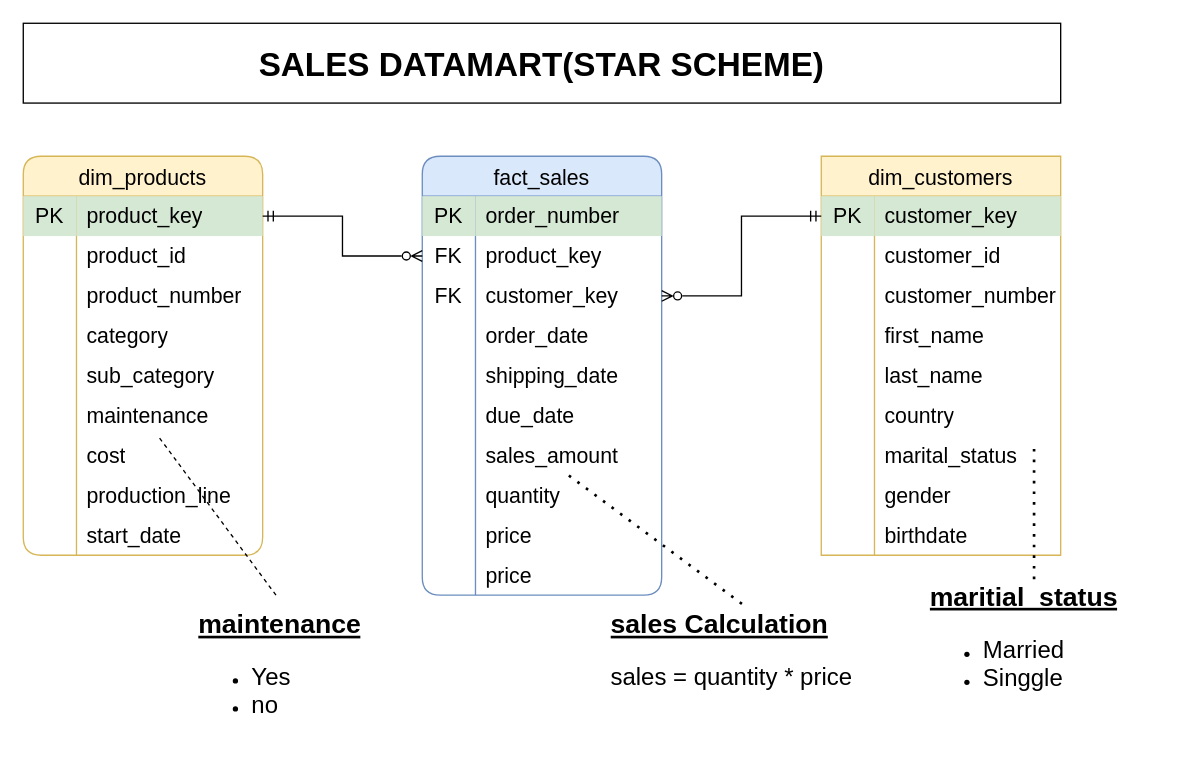
Earlier version of the draw.io diagram documents/Data model.drawio (girisuryamawandi/dwh_sql_server_project). Source tidied: cells renumbered, new cells numbered last; positions are measured from the earlier drawing's top-left corner, leaving out a move shared by most shapes. Both pictures are drawn from the tidied source at 133%, with x=0, y=0 at pixel (23, 23).
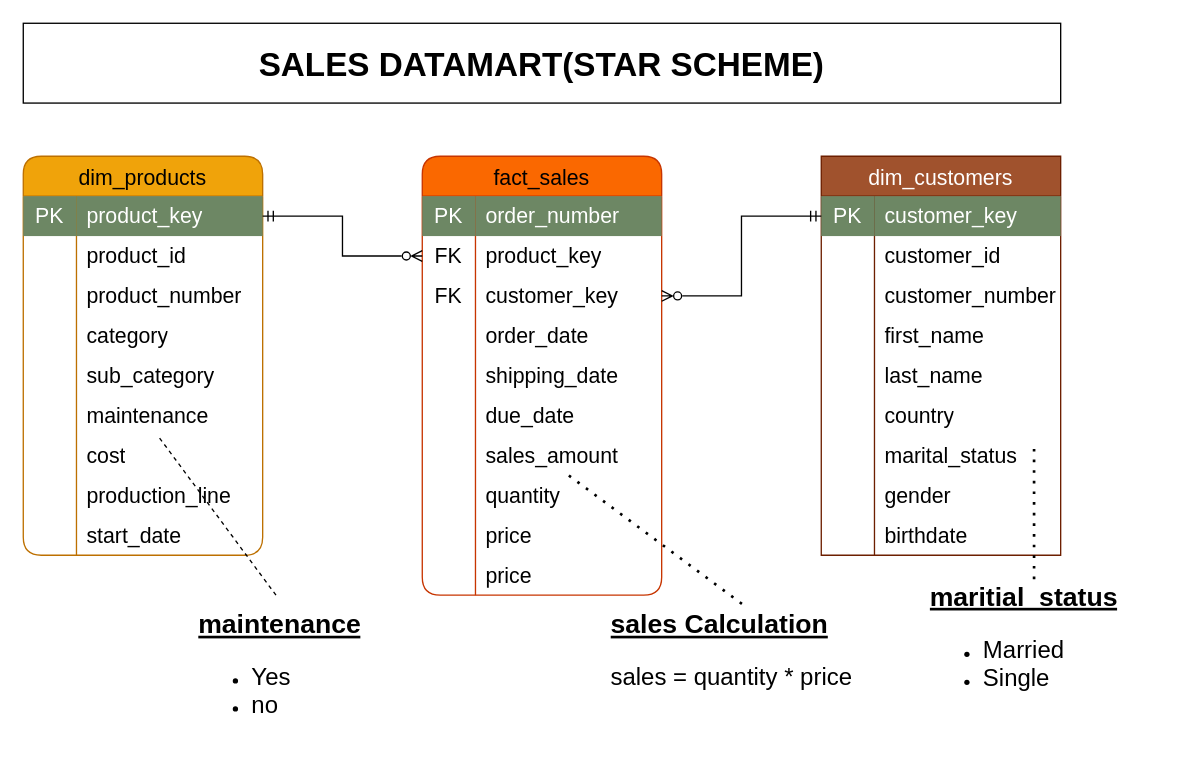
The same page after the edit.

Unchanged cells that the change refers to:
```xml
<mxCell id="3" style="shape=tableRow;horizontal=0;startSize=0;swimlaneHead=0;swimlaneBody=0;top=0;left=0;bottom=0;right=0;fillColor=none;points=[[0,0.5],[1,0.5]];portConstraint=eastwest;strokeColor=inherit;fontSize=16;" parent="2" vertex="1">
  <mxGeometry y="30" width="180" height="30" as="geometry" />
</mxCell>
<mxCell id="31" style="shape=tableRow;horizontal=0;startSize=0;swimlaneHead=0;swimlaneBody=0;top=0;left=0;bottom=0;right=0;fillColor=none;points=[[0,0.5],[1,0.5]];portConstraint=eastwest;strokeColor=inherit;fontSize=16;rounded=1;" parent="30" vertex="1">
  <mxGeometry y="30" width="180" height="30" as="geometry" />
</mxCell>
<mxCell id="59" style="shape=tableRow;horizontal=0;startSize=0;swimlaneHead=0;swimlaneBody=0;top=0;left=0;bottom=0;right=0;fillColor=none;strokeColor=inherit;fontSize=16;" parent="58" vertex="1">
  <mxGeometry y="30" width="180" height="30" as="geometry" />
</mxCell>
```

The edit, as a diff of the source:
```diff
@@
-    <mxCell id="2" value="dim_products" style="shape=table;startSize=30;childLayout=tableLayout;rowLines=0;fontStyle=0;strokeColor=#d6b656;fontSize=16;fillColor=#fff2cc;swimlaneLine=1;rounded=1;" parent="1" vertex="1">
+    <mxCell id="2" value="dim_products" style="shape=table;startSize=30;childLayout=tableLayout;rowLines=0;fontStyle=0;fontSize=16;swimlaneLine=1;rounded=1;fillColor=#f0a30a;fontColor=#000000;strokeColor=#BD7000;" parent="1" vertex="1">
       <mxGeometry y="100" width="180" height="300" as="geometry" />
     </mxCell>
@@
-    <mxCell id="4" value="PK" style="shape=partialRectangle;html=1;whiteSpace=wrap;fillColor=#d5e8d4;top=0;left=0;bottom=0;right=0;overflow=hidden;strokeColor=#82b366;fontSize=16;" parent="3" vertex="1">
+    <mxCell id="4" value="PK" style="shape=partialRectangle;html=1;whiteSpace=wrap;fillColor=#6d8764;top=0;left=0;bottom=0;right=0;overflow=hidden;strokeColor=#3A5431;fontSize=16;fontColor=#ffffff;" parent="3" vertex="1">
       <mxGeometry width="40" height="30" as="geometry" />
     </mxCell>
-    <mxCell id="5" value="product_key" style="shape=partialRectangle;html=1;whiteSpace=wrap;fillColor=#d5e8d4;top=0;left=0;bottom=0;right=0;align=left;spacingLeft=6;overflow=hidden;strokeColor=#82b366;fontSize=16;" parent="3" vertex="1">
+    <mxCell id="5" value="product_key" style="shape=partialRectangle;html=1;whiteSpace=wrap;fillColor=#6d8764;top=0;left=0;bottom=0;right=0;align=left;spacingLeft=6;overflow=hidden;strokeColor=#3A5431;fontSize=16;fontColor=#ffffff;" parent="3" vertex="1">
       <mxGeometry x="40" width="140" height="30" as="geometry" />
     </mxCell>
@@
-    <mxCell id="30" value="dim_customers" style="shape=table;startSize=30;childLayout=tableLayout;rowLines=0;fontStyle=0;strokeColor=#d6b656;fontSize=16;fillColor=#fff2cc;" parent="1" vertex="1">
+    <mxCell id="30" value="dim_customers" style="shape=table;startSize=30;childLayout=tableLayout;rowLines=0;fontStyle=0;strokeColor=#6D1F00;fontSize=16;fillColor=#a0522d;fontColor=#ffffff;" parent="1" vertex="1">
       <mxGeometry x="600" y="100" width="180" height="300" as="geometry" />
     </mxCell>
@@
-    <mxCell id="32" value="PK" style="shape=partialRectangle;html=1;whiteSpace=wrap;fillColor=#d5e8d4;top=0;left=0;bottom=0;right=0;overflow=hidden;strokeColor=#82b366;fontSize=16;" parent="31" vertex="1">
+    <mxCell id="32" value="PK" style="shape=partialRectangle;html=1;whiteSpace=wrap;fillColor=#6d8764;top=0;left=0;bottom=0;right=0;overflow=hidden;strokeColor=#3A5431;fontSize=16;fontColor=#ffffff;" parent="31" vertex="1">
       <mxGeometry width="40" height="30" as="geometry" />
     </mxCell>
-    <mxCell id="33" value="customer_key" style="shape=partialRectangle;html=1;whiteSpace=wrap;fillColor=#d5e8d4;top=0;left=0;bottom=0;right=0;align=left;spacingLeft=6;overflow=hidden;strokeColor=#82b366;fontSize=16;" parent="31" vertex="1">
+    <mxCell id="33" value="customer_key" style="shape=partialRectangle;html=1;whiteSpace=wrap;fillColor=#6d8764;top=0;left=0;bottom=0;right=0;align=left;spacingLeft=6;overflow=hidden;strokeColor=#3A5431;fontSize=16;fontColor=#ffffff;" parent="31" vertex="1">
       <mxGeometry x="40" width="140" height="30" as="geometry" />
     </mxCell>
@@
-    <mxCell id="58" value="fact_sales" style="shape=table;startSize=30;childLayout=tableLayout;rowLines=0;fontStyle=0;strokeColor=#6c8ebf;fontSize=16;fillColor=#dae8fc;rounded=1;" parent="1" vertex="1">
+    <mxCell id="58" value="fact_sales" style="shape=table;startSize=30;childLayout=tableLayout;rowLines=0;fontStyle=0;strokeColor=#C73500;fontSize=16;fillColor=#fa6800;rounded=1;fontColor=#000000;" parent="1" vertex="1">
       <mxGeometry x="300" y="100" width="180" height="330" as="geometry" />
     </mxCell>
@@
-    <mxCell id="60" value="PK" style="shape=partialRectangle;html=1;whiteSpace=wrap;fillColor=#d5e8d4;top=0;left=0;bottom=0;right=0;overflow=hidden;strokeColor=#82b366;fontSize=16;" parent="59" vertex="1">
+    <mxCell id="60" value="PK" style="shape=partialRectangle;html=1;whiteSpace=wrap;fillColor=#6d8764;top=0;left=0;bottom=0;right=0;overflow=hidden;strokeColor=#3A5431;fontSize=16;fontColor=#ffffff;" parent="59" vertex="1">
       <mxGeometry width="40" height="30" as="geometry" />
     </mxCell>
-    <mxCell id="61" value="order_number" style="shape=partialRectangle;html=1;whiteSpace=wrap;fillColor=#d5e8d4;top=0;left=0;bottom=0;right=0;align=left;spacingLeft=6;overflow=hidden;strokeColor=#82b366;fontSize=16;" parent="59" vertex="1">
+    <mxCell id="61" value="order_number" style="shape=partialRectangle;html=1;whiteSpace=wrap;fillColor=#6d8764;top=0;left=0;bottom=0;right=0;align=left;spacingLeft=6;overflow=hidden;strokeColor=#3A5431;fontSize=16;fontColor=#ffffff;" parent="59" vertex="1">
       <mxGeometry x="40" width="140" height="30" as="geometry" />
     </mxCell>
@@
-    <mxCell id="97" value="&lt;h1 style=&quot;margin-top: 0px;&quot;&gt;&lt;span style=&quot;font-size: 20px; text-align: center; text-decoration-line: underline;&quot;&gt;maritial_status&lt;/span&gt;&lt;/h1&gt;&lt;p&gt;&lt;/p&gt;&lt;ul&gt;&lt;li&gt;&lt;span style=&quot;background-color: light-dark(#ffffff, var(--ge-dark-color, #121212));&quot;&gt;&lt;font style=&quot;font-size: 18px;&quot;&gt;Married&amp;nbsp;&lt;/font&gt;&lt;/span&gt;&lt;/li&gt;&lt;li&gt;&lt;span style=&quot;font-size: 18px; background-color: rgb(255, 255, 255);&quot;&gt;Singgle&lt;/span&gt;&lt;/li&gt;&lt;/ul&gt;&lt;p&gt;&lt;/p&gt;" style="text;html=1;whiteSpace=wrap;overflow=hidden;rounded=0;" parent="1" vertex="1">
+    <mxCell id="97" value="&lt;h1 style=&quot;margin-top: 0px;&quot;&gt;&lt;span style=&quot;font-size: 20px; text-align: center; text-decoration-line: underline;&quot;&gt;maritial_status&lt;/span&gt;&lt;/h1&gt;&lt;p&gt;&lt;/p&gt;&lt;ul&gt;&lt;li&gt;&lt;span style=&quot;background-color: light-dark(#ffffff, var(--ge-dark-color, #121212));&quot;&gt;&lt;font style=&quot;font-size: 18px;&quot;&gt;Married&amp;nbsp;&lt;/font&gt;&lt;/span&gt;&lt;/li&gt;&lt;li&gt;&lt;span style=&quot;font-size: 18px;&quot;&gt;Single&lt;/span&gt;&lt;/li&gt;&lt;/ul&gt;&lt;p&gt;&lt;/p&gt;" style="text;html=1;whiteSpace=wrap;overflow=hidden;rounded=0;" parent="1" vertex="1">
       <mxGeometry x="680" y="410" width="180" height="120" as="geometry" />
     </mxCell>
```
